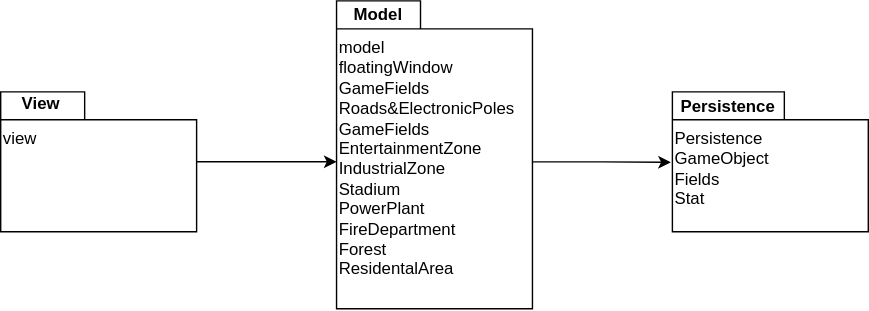
This is Meta/class-package-diag/package_diag.svg from IModer/Philosophers-Project, a draw.io export, as it was before one commit. Source tidied: cells renumbered, new cells last; positions are measured from the earlier drawing's top-left corner, leaving out a move shared by most shapes.
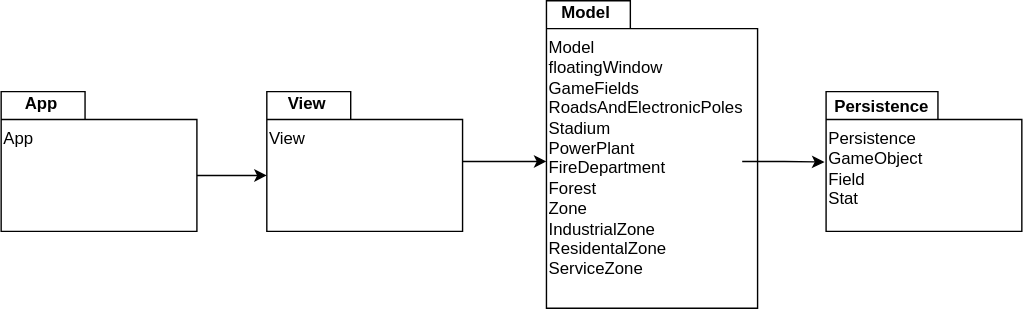
The same file after the commit.

Commit message:
App osztály hozzáadása a class/package diagrammhoz

What changed in the source:
```diff
@@ -6,31 +6,42 @@
       <mxGeometry relative="1" as="geometry" />
     </mxCell>
     <mxCell id="3" value="View" style="shape=folder;fontStyle=1;spacingTop=10;tabWidth=60;tabHeight=20;tabPosition=left;html=1;whiteSpace=wrap;movableLabel=1;" parent="1" vertex="1">
-      <mxGeometry y="65" width="140" height="100" as="geometry">
+      <mxGeometry x="119" y="-195" width="140" height="100" as="geometry">
         <mxPoint x="-41" y="-46" as="offset" />
       </mxGeometry>
     </mxCell>
     <mxCell id="4" value="Model" style="shape=folder;fontStyle=1;spacingTop=10;tabWidth=60;tabHeight=20;tabPosition=left;html=1;whiteSpace=wrap;movableLabel=1;" parent="1" vertex="1">
-      <mxGeometry x="240" width="140" height="220" as="geometry">
-        <mxPoint x="-40" y="-105" as="offset" />
+      <mxGeometry x="319" y="-260" width="151" height="220" as="geometry">
+        <mxPoint x="-47" y="-106" as="offset" />
       </mxGeometry>
     </mxCell>
     <mxCell id="5" value="Persistence" style="shape=folder;fontStyle=1;spacingTop=10;tabWidth=80;tabHeight=20;tabPosition=left;html=1;whiteSpace=wrap;movableLabel=1;" parent="1" vertex="1">
-      <mxGeometry x="480" y="65" width="140" height="100" as="geometry">
+      <mxGeometry x="519" y="-195" width="140" height="100" as="geometry">
         <mxPoint x="-30" y="-44" as="offset" />
       </mxGeometry>
     </mxCell>
     <mxCell id="6" style="edgeStyle=orthogonalEdgeStyle;rounded=0;jettySize=auto;html=1;entryX=-0.008;entryY=0.38;entryDx=0;entryDy=0;entryPerimeter=0;" parent="1" edge="1" source="7" target="8">
       <mxGeometry relative="1" as="geometry" />
     </mxCell>
-    <mxCell id="7" value="&lt;div&gt;model&lt;/div&gt;&lt;div&gt;floatingWindow&lt;/div&gt;&lt;div&gt;GameFields&lt;/div&gt;&lt;div&gt;Roads&amp;amp;ElectronicPoles&lt;/div&gt;&lt;div&gt;GameFields&lt;/div&gt;&lt;div&gt;EntertainmentZone&lt;/div&gt;&lt;div&gt;IndustrialZone&lt;/div&gt;&lt;div&gt;Stadium&lt;/div&gt;&lt;div&gt;PowerPlant&lt;/div&gt;&lt;div&gt;FireDepartment&lt;/div&gt;&lt;div&gt;Forest&lt;/div&gt;&lt;div&gt;ResidentalArea&lt;br&gt;&lt;/div&gt;" style="text;html=1;strokeColor=none;fillColor=none;align=left;verticalAlign=top;rounded=0;spacing=2;whiteSpace=wrap;" parent="1" vertex="1">
-      <mxGeometry x="240" y="20" width="140" height="190" as="geometry" />
+    <mxCell id="7" value="&lt;div&gt;Model&lt;/div&gt;&lt;div&gt;floatingWindow&lt;/div&gt;&lt;div&gt;GameFields&lt;/div&gt;&lt;div&gt;RoadsAndElectronicPoles&lt;/div&gt;&lt;div&gt;Stadium&lt;/div&gt;&lt;div&gt;PowerPlant&lt;/div&gt;&lt;div&gt;FireDepartment&lt;/div&gt;&lt;div&gt;Forest&lt;/div&gt;&lt;div&gt;Zone&lt;/div&gt;&lt;div&gt;IndustrialZone&lt;/div&gt;&lt;div&gt;ResidentalZone&lt;/div&gt;&lt;div&gt;ServiceZone&lt;br&gt;&lt;/div&gt;" style="text;html=1;strokeColor=none;fillColor=none;align=left;verticalAlign=top;rounded=0;spacing=2;whiteSpace=wrap;" parent="1" vertex="1">
+      <mxGeometry x="319" y="-240" width="140" height="190" as="geometry" />
     </mxCell>
-    <mxCell id="8" value="&lt;div&gt;Persistence&lt;/div&gt;&lt;div&gt;GameObject&lt;/div&gt;&lt;div&gt;Fields&lt;/div&gt;&lt;div&gt;Stat&lt;/div&gt;&lt;div&gt;&lt;br&gt;&lt;/div&gt;" style="text;html=1;strokeColor=none;fillColor=none;align=left;verticalAlign=top;whiteSpace=wrap;rounded=0;" parent="1" vertex="1">
-      <mxGeometry x="480" y="85" width="140" height="80" as="geometry" />
+    <mxCell id="8" value="&lt;div&gt;Persistence&lt;/div&gt;&lt;div&gt;GameObject&lt;/div&gt;&lt;div&gt;Field&lt;/div&gt;&lt;div&gt;Stat&lt;/div&gt;&lt;div&gt;&lt;br&gt;&lt;/div&gt;" style="text;html=1;strokeColor=none;fillColor=none;align=left;verticalAlign=top;whiteSpace=wrap;rounded=0;" parent="1" vertex="1">
+      <mxGeometry x="519" y="-175" width="140" height="80" as="geometry" />
     </mxCell>
-    <mxCell id="9" value="view" style="text;html=1;strokeColor=none;fillColor=none;align=left;verticalAlign=top;whiteSpace=wrap;rounded=0;" parent="1" vertex="1">
-      <mxGeometry y="85" width="140" height="80" as="geometry" />
+    <mxCell id="9" value="View" style="text;html=1;strokeColor=none;fillColor=none;align=left;verticalAlign=top;whiteSpace=wrap;rounded=0;" parent="1" vertex="1">
+      <mxGeometry x="119" y="-175" width="140" height="80" as="geometry" />
     </mxCell>
+    <mxCell id="10" value="App" style="shape=folder;fontStyle=1;spacingTop=10;tabWidth=60;tabHeight=20;tabPosition=left;html=1;whiteSpace=wrap;movableLabel=1;" parent="1" vertex="1">
+      <mxGeometry x="-71" y="-195" width="140" height="100" as="geometry">
+        <mxPoint x="-41" y="-46" as="offset" />
+      </mxGeometry>
+    </mxCell>
+    <mxCell id="11" style="edgeStyle=orthogonalEdgeStyle;rounded=0;jettySize=auto;html=1;" parent="1" edge="1" source="12" target="9">
+      <mxGeometry relative="1" as="geometry" />
+    </mxCell>
+    <mxCell id="12" value="App" style="text;html=1;strokeColor=none;fillColor=none;align=left;verticalAlign=top;whiteSpace=wrap;rounded=0;" parent="1" vertex="1">
+      <mxGeometry x="-71" y="-175" width="140" height="80" as="geometry" />
+    </mxCell>
   </root>
 </mxGraphModel>
```
